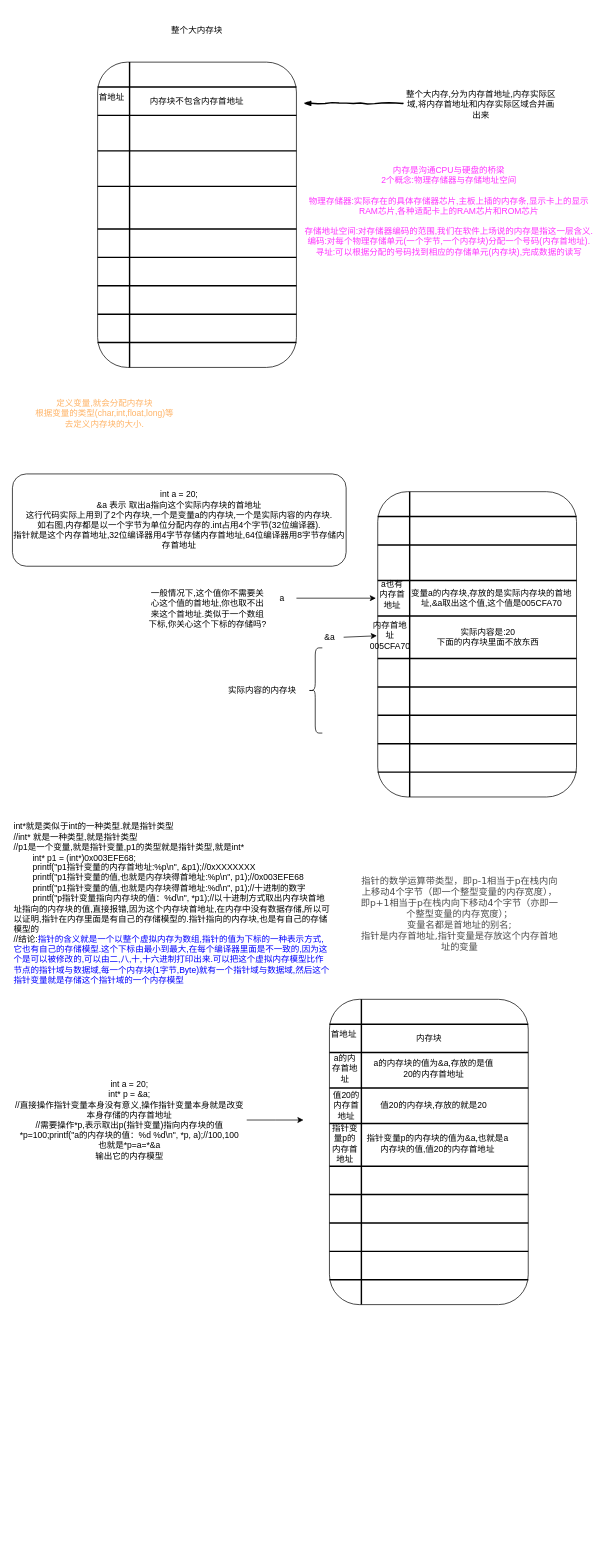
xinzhuzi/Record keeps this draw.io diagram as source/_posts/Pointer/指针.drawio. Above is the earlier version. Source tidied: cells renumbered, new cells numbered last; positions are measured from the earlier drawing's top-left corner, leaving out a move shared by most shapes. Both pictures are drawn from the tidied source at 71%, with x=0, y=0 at pixel (12, 12).
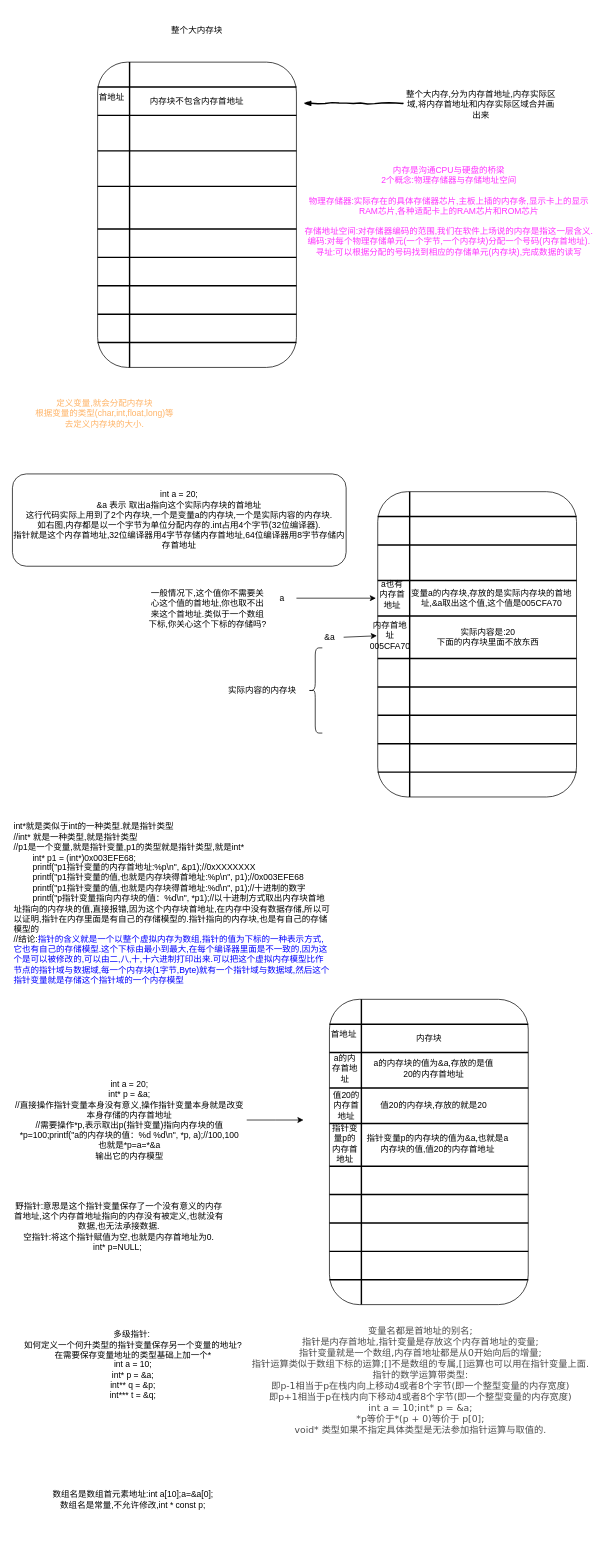
The same diagram, later.

Diff of the diagram source:
```diff
@@
-    <mxCell id="43" value="&lt;span style=&quot;color: rgb(75 , 75 , 75) ; font-family: &amp;#34;verdana&amp;#34; , &amp;#34;geneva&amp;#34; , &amp;#34;arial&amp;#34; , &amp;#34;helvetica&amp;#34; , sans-serif ; font-size: 13px ; background-color: rgb(255 , 255 , 255)&quot;&gt;指针的数学运算带类型，即p-1相当于p在栈内向上移动4个字节（即一个整型变量的内存宽度），即p+1相当于p在栈内向下移动4个字节（亦即一个整型变量的内存宽度）；&lt;br&gt;&lt;/span&gt;&lt;span style=&quot;color: rgb(75 , 75 , 75) ; font-family: &amp;#34;verdana&amp;#34; , &amp;#34;geneva&amp;#34; , &amp;#34;arial&amp;#34; , &amp;#34;helvetica&amp;#34; , sans-serif ; font-size: 13px ; background-color: rgb(255 , 255 , 255)&quot;&gt;变量名都是首地址的别名;&lt;br&gt;&lt;/span&gt;&lt;span style=&quot;color: rgb(75 , 75 , 75) ; font-family: &amp;#34;verdana&amp;#34; , &amp;#34;geneva&amp;#34; , &amp;#34;arial&amp;#34; , &amp;#34;helvetica&amp;#34; , sans-serif ; font-size: 13px ; background-color: rgb(255 , 255 , 255)&quot;&gt;指针是内存首地址,指针变量是存放这个内存首地址的变量&lt;br&gt;&lt;/span&gt;" style="text;html=1;strokeColor=none;fillColor=none;align=center;verticalAlign=middle;whiteSpace=wrap;rounded=0;" parent="1" vertex="1">
-      <mxGeometry x="490" y="1200" width="280" height="140" as="geometry" />
+    <mxCell id="43" value="&lt;span style=&quot;color: rgb(75 , 75 , 75) ; font-family: &amp;#34;verdana&amp;#34; , &amp;#34;geneva&amp;#34; , &amp;#34;arial&amp;#34; , &amp;#34;helvetica&amp;#34; , sans-serif ; font-size: 13px ; background-color: rgb(255 , 255 , 255)&quot;&gt;变量名都是首地址的别名;&lt;br&gt;&lt;/span&gt;&lt;span style=&quot;color: rgb(75 , 75 , 75) ; font-family: &amp;#34;verdana&amp;#34; , &amp;#34;geneva&amp;#34; , &amp;#34;arial&amp;#34; , &amp;#34;helvetica&amp;#34; , sans-serif ; font-size: 13px ; background-color: rgb(255 , 255 , 255)&quot;&gt;指针是内存首地址,指针变量是存放这个内存首地址的变量;&lt;/span&gt;&lt;span style=&quot;color: rgb(75 , 75 , 75) ; font-family: &amp;#34;verdana&amp;#34; , &amp;#34;geneva&amp;#34; , &amp;#34;arial&amp;#34; , &amp;#34;helvetica&amp;#34; , sans-serif ; font-size: 13px ; background-color: rgb(255 , 255 , 255)&quot;&gt;&lt;br&gt;指针变量就是一个数组,内存首地址都是从0开始向后的增量;&lt;br&gt;&lt;/span&gt;&lt;span style=&quot;color: rgb(75 , 75 , 75) ; font-family: &amp;#34;verdana&amp;#34; , &amp;#34;geneva&amp;#34; , &amp;#34;arial&amp;#34; , &amp;#34;helvetica&amp;#34; , sans-serif ; font-size: 13px ; background-color: rgb(255 , 255 , 255)&quot;&gt;指针运算类似于数组下标的运算;[]不是数组的专属,[]运算也可以用在指针变量上面.&lt;/span&gt;&lt;span style=&quot;color: rgb(75 , 75 , 75) ; font-family: &amp;#34;verdana&amp;#34; , &amp;#34;geneva&amp;#34; , &amp;#34;arial&amp;#34; , &amp;#34;helvetica&amp;#34; , sans-serif ; font-size: 13px ; background-color: rgb(255 , 255 , 255)&quot;&gt;&lt;br&gt;指针的数学运算带类型:&lt;br&gt;即p-1相当于p在栈内向上移动4或者8个字节(即一个整型变量的内存宽度)&lt;br&gt;即p+1相当于p在栈内向下移动4&lt;/span&gt;&lt;span style=&quot;color: rgb(75 , 75 , 75) ; font-family: &amp;#34;verdana&amp;#34; , &amp;#34;geneva&amp;#34; , &amp;#34;arial&amp;#34; , &amp;#34;helvetica&amp;#34; , sans-serif ; font-size: 13px ; background-color: rgb(255 , 255 , 255)&quot;&gt;或者8&lt;/span&gt;&lt;span style=&quot;color: rgb(75 , 75 , 75) ; font-family: &amp;#34;verdana&amp;#34; , &amp;#34;geneva&amp;#34; , &amp;#34;arial&amp;#34; , &amp;#34;helvetica&amp;#34; , sans-serif ; font-size: 13px ; background-color: rgb(255 , 255 , 255)&quot;&gt;个字节(即一个整型变量的内存宽度)&lt;/span&gt;&lt;span style=&quot;color: rgb(75 , 75 , 75) ; font-family: &amp;#34;verdana&amp;#34; , &amp;#34;geneva&amp;#34; , &amp;#34;arial&amp;#34; , &amp;#34;helvetica&amp;#34; , sans-serif ; font-size: 13px ; background-color: rgb(255 , 255 , 255)&quot;&gt;&lt;br&gt;int a = 10;int* p = &amp;amp;a; &lt;br&gt;*p等价于*(p + 0)等价于 p[0];&lt;br&gt;void* 类型如果不指定具体类型是无法参加指针运算与取值的.&lt;br&gt;&lt;br&gt;&lt;/span&gt;" style="text;html=1;strokeColor=none;fillColor=none;align=center;verticalAlign=middle;whiteSpace=wrap;rounded=0;" parent="1" vertex="1">
+      <mxGeometry x="330" y="1850" width="490" height="170" as="geometry" />
     </mxCell>
@@
+    <mxCell id="66" value="野指针:意思是这个指针变量保存了一个没有意义的内存首地址,这个内存首地址指向的内存没有被定义,也就没有数据,也无法承接数据.&lt;br&gt;空指针:将这个指针赋值为空,也就是内存首地址为0.&lt;br&gt;int* p=NULL;&amp;nbsp;" style="text;html=1;strokeColor=none;fillColor=none;align=center;verticalAlign=middle;whiteSpace=wrap;rounded=0;" parent="1" vertex="1">
+      <mxGeometry y="1660" width="300" height="100" as="geometry" />
+    </mxCell>
+    <mxCell id="67" value="多级指针:&amp;nbsp;&lt;br&gt;如何定义一个何升类型的指针变量保存另一个变量的地址?&lt;br&gt;在需要保存变量地址的类型基础上加一个*&lt;br&gt;int a = 10;&lt;br&gt;int* p = &amp;amp;a;&lt;br&gt;int** q = &amp;amp;p;&lt;br&gt;int*** t = &amp;amp;q;" style="text;html=1;strokeColor=none;fillColor=none;align=center;verticalAlign=middle;whiteSpace=wrap;rounded=0;" parent="1" vertex="1">
+      <mxGeometry y="1850" width="340" height="110" as="geometry" />
+    </mxCell>
+    <mxCell id="68" value="数组名是数组首元素地址:int a[10];a=&amp;amp;a[0];&lt;br&gt;数组名是常量,不允许修改,int * const p;" style="text;html=1;strokeColor=none;fillColor=none;align=center;verticalAlign=middle;whiteSpace=wrap;rounded=0;" parent="1" vertex="1">
+      <mxGeometry y="2040" width="340" height="110" as="geometry" />
+    </mxCell>
```
